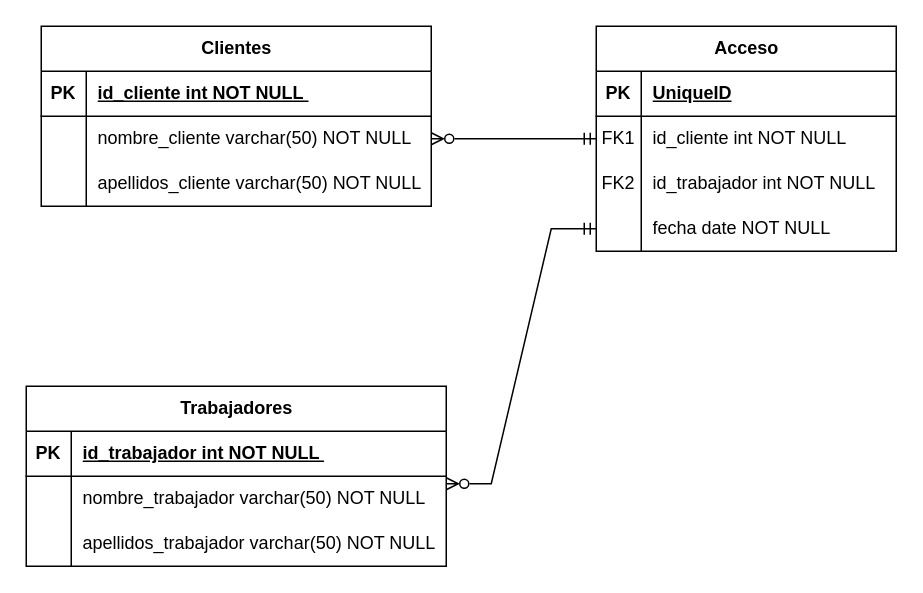
HuBaMarin/projDespliegue keeps this draw.io diagram as Diagrama ER.drawio. Above is the earlier version. Source tidied: cells renumbered, new cells numbered last; positions are measured from the earlier drawing's top-left corner, leaving out a move shared by most shapes. Both pictures are drawn from the tidied source at 150%, with x=0, y=0 at pixel (26, 26).
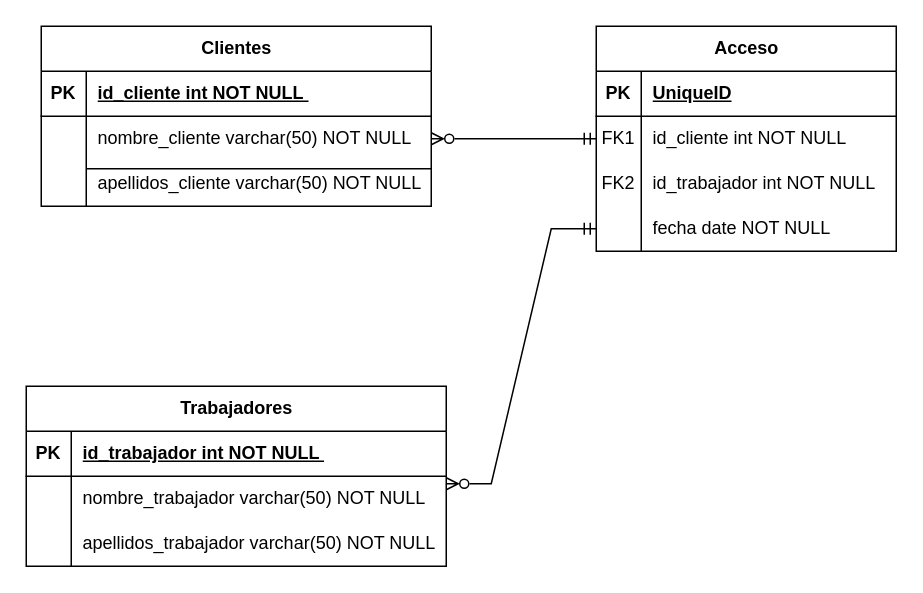
The same page after the edit.

Change to the diagram source:
```diff
@@
+    <mxCell id="39" style="line;strokeWidth=1;dashed=0;labelPosition=right;align=left;verticalAlign=middle;spacingTop=0;spacingLeft=6;" parent="1" vertex="1">
+      <mxGeometry x="40" y="90" width="230" height="10" as="geometry" />
+    </mxCell>
```
